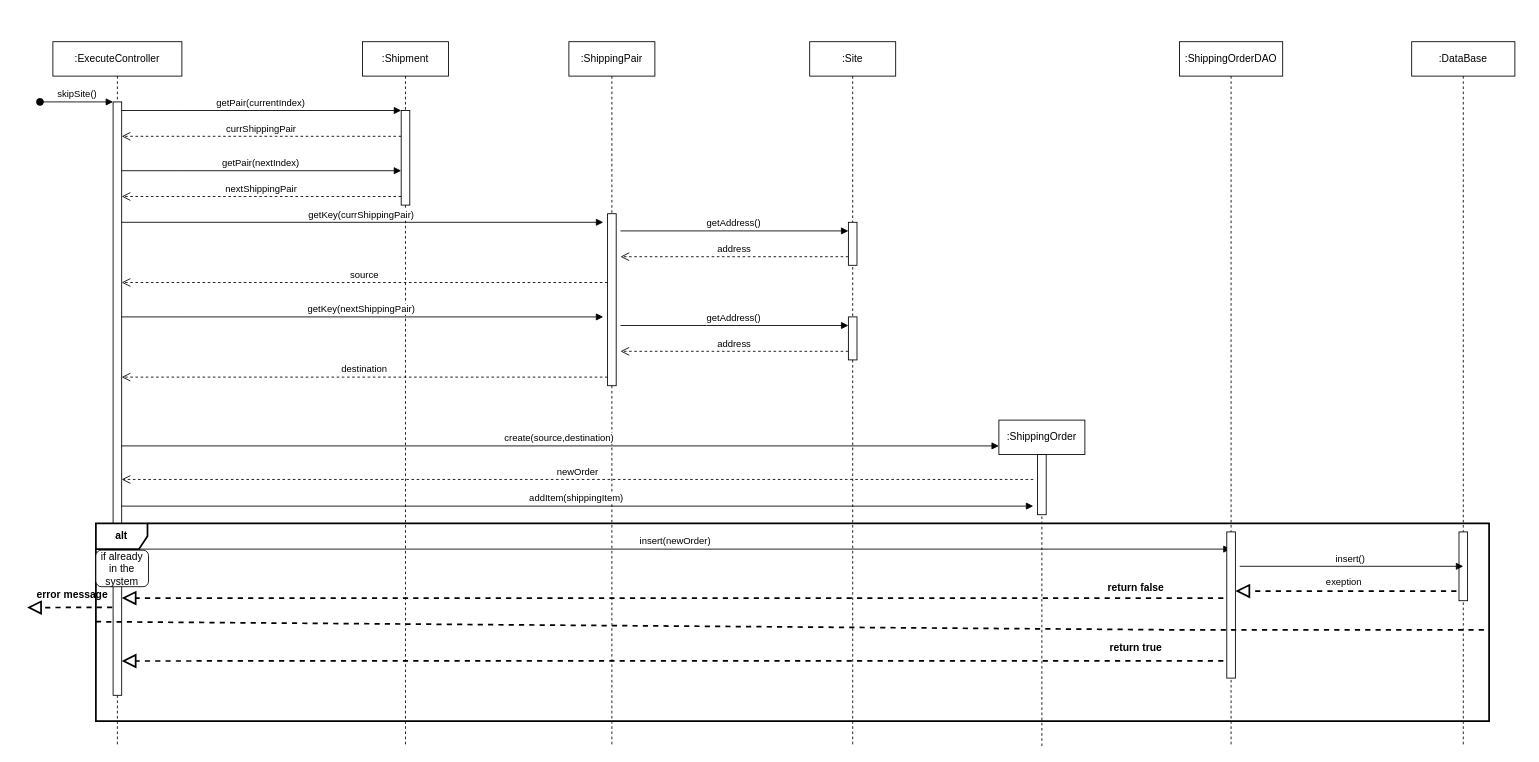
This is skipSiteSeq.drawio from omerad1/drw, a draw.io file, before an edit. Source tidied: cells renumbered, new cells numbered last; positions are measured from the earlier drawing's top-left corner, leaving out a move shared by most shapes. Both pictures are drawn from the tidied source at 86%, with x=0, y=0 at pixel (27, 41).
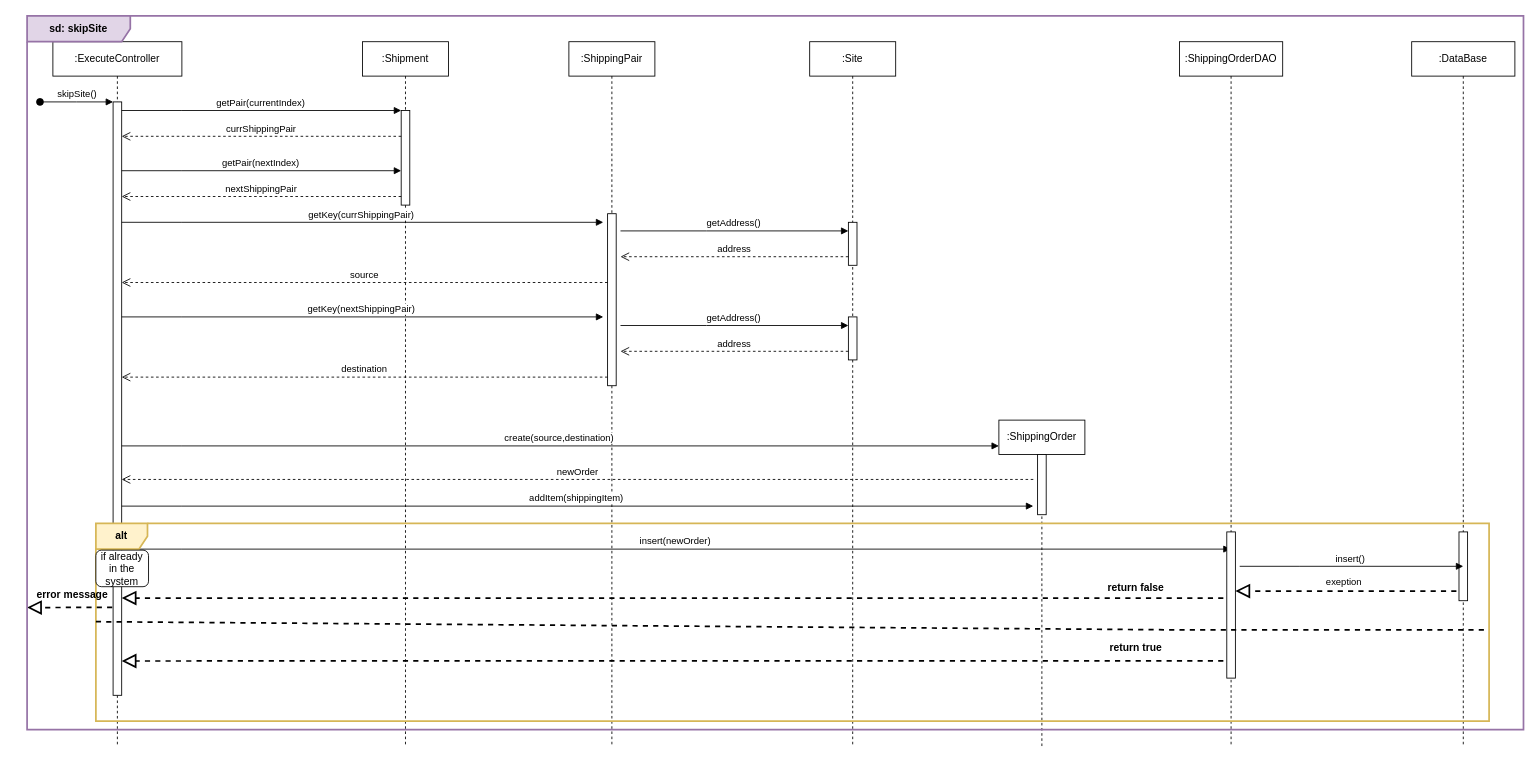
Above is the later version.

Diff of the diagram source:
```diff
@@
-    <mxCell id="35" value="alt" style="shape=umlFrame;whiteSpace=wrap;html=1;fontStyle=1;strokeWidth=2;" parent="1" vertex="1">
+    <mxCell id="35" value="alt" style="shape=umlFrame;whiteSpace=wrap;html=1;fontStyle=1;strokeWidth=2;fillColor=#fff2cc;strokeColor=#d6b656;" parent="1" vertex="1">
       <mxGeometry x="80" y="560" width="1620" height="230" as="geometry" />
     </mxCell>
@@
+    <mxCell id="47" value="sd: skipSite" style="shape=umlFrame;whiteSpace=wrap;html=1;fontStyle=1;strokeWidth=2;fillColor=#e1d5e7;strokeColor=#9673a6;width=120;height=30;" parent="1" vertex="1">
+      <mxGeometry y="-30" width="1740" height="830" as="geometry" />
+    </mxCell>
```
